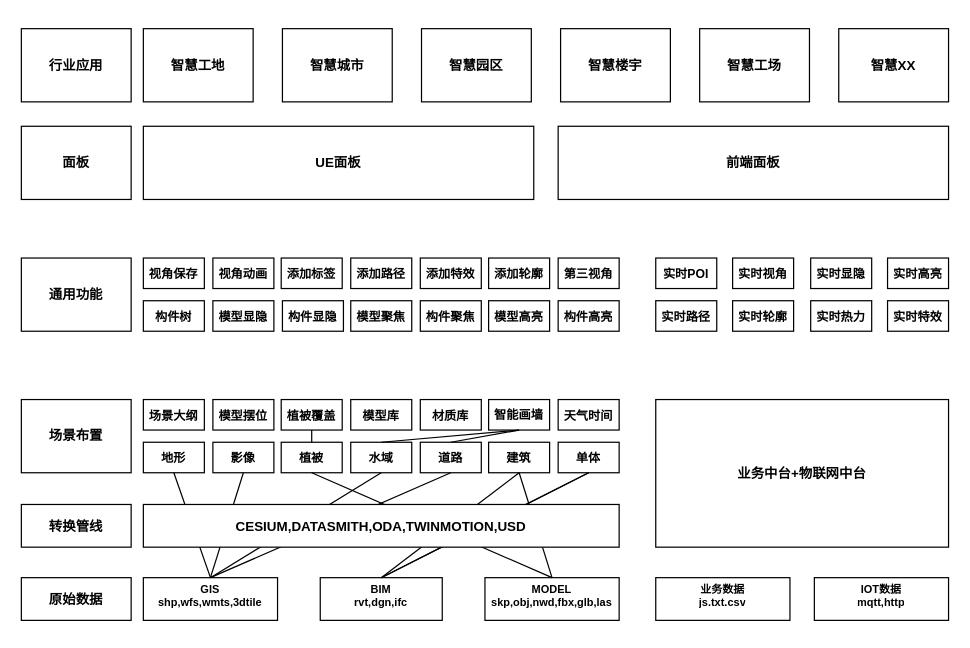
This is 未命名绘图.drawio from Elden-Niu/personal, a draw.io file, before an edit. Source tidied: cells renumbered, new cells numbered last; positions are measured from the earlier drawing's top-left corner, leaving out a move shared by most shapes. Both pictures are drawn from the tidied source at 122%, with x=0, y=0 at pixel (21, 28).
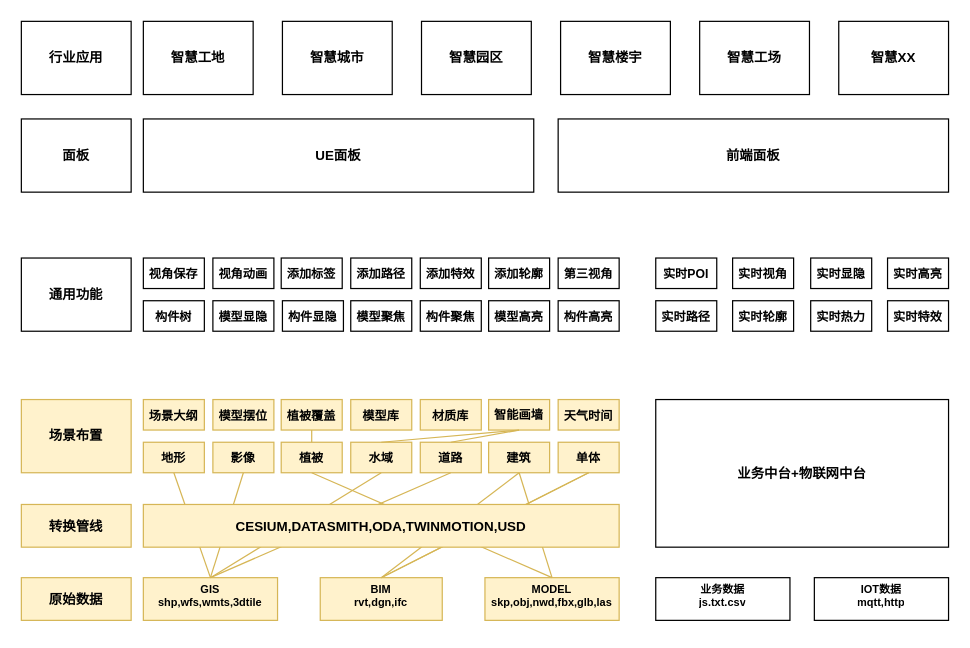
The same page after the edit.

Commit message:
技术架构图.drawio

Diff of the diagram source:
```diff
@@
-    <mxCell id="2" value="BIM&#10;rvt,dgn,ifc" style="text;whiteSpace=wrap;overflow=hidden;rounded=0;align=center;strokeColor=default;fillColor=none;fontSize=9;spacing=0;fontStyle=1;" parent="1" vertex="1">
+    <mxCell id="2" value="BIM&#10;rvt,dgn,ifc" style="text;whiteSpace=wrap;overflow=hidden;rounded=0;align=center;strokeColor=#d6b656;fillColor=#fff2cc;fontSize=9;spacing=0;fontStyle=1;" parent="1" vertex="1">
       <mxGeometry x="245" y="450" width="100" height="35" as="geometry" />
     </mxCell>
-    <mxCell id="3" value="MODEL&#10;skp,obj,nwd,fbx,glb,las" style="text;whiteSpace=wrap;overflow=hidden;rounded=0;align=center;strokeColor=default;fillColor=none;fontSize=9;spacing=0;fontStyle=1;" parent="1" vertex="1">
+    <mxCell id="3" value="MODEL&#10;skp,obj,nwd,fbx,glb,las" style="text;whiteSpace=wrap;overflow=hidden;rounded=0;align=center;strokeColor=#d6b656;fillColor=#fff2cc;fontSize=9;spacing=0;fontStyle=1;" parent="1" vertex="1">
       <mxGeometry x="380" y="450" width="110" height="35" as="geometry" />
     </mxCell>
-    <mxCell id="4" value="GIS&#10;shp,wfs,wmts,3dtile" style="text;whiteSpace=wrap;overflow=hidden;rounded=0;align=center;strokeColor=default;fillColor=none;fontSize=9;spacing=0;fontStyle=1;" parent="1" vertex="1">
+    <mxCell id="4" value="GIS&#10;shp,wfs,wmts,3dtile" style="text;whiteSpace=wrap;overflow=hidden;rounded=0;align=center;strokeColor=#d6b656;fillColor=#fff2cc;fontSize=9;spacing=0;fontStyle=1;" parent="1" vertex="1">
       <mxGeometry x="100" y="450" width="110" height="35" as="geometry" />
     </mxCell>
-    <mxCell id="5" value="地形" style="text;whiteSpace=wrap;overflow=hidden;rounded=0;align=center;strokeColor=default;fillColor=none;fontSize=10;labelPosition=center;verticalLabelPosition=middle;verticalAlign=middle;flipH=1;fontStyle=1;" parent="1" vertex="1">
+    <mxCell id="5" value="地形" style="text;whiteSpace=wrap;overflow=hidden;rounded=0;align=center;strokeColor=#d6b656;fillColor=#fff2cc;fontSize=10;labelPosition=center;verticalLabelPosition=middle;verticalAlign=middle;flipH=1;fontStyle=1;" parent="1" vertex="1">
       <mxGeometry x="100" y="339" width="50" height="25" as="geometry" />
     </mxCell>
-    <mxCell id="6" value="影像" style="text;whiteSpace=wrap;overflow=hidden;rounded=0;align=center;strokeColor=default;fillColor=none;fontSize=10;labelPosition=center;verticalLabelPosition=middle;verticalAlign=middle;flipH=1;fontStyle=1;" parent="1" vertex="1">
+    <mxCell id="6" value="影像" style="text;whiteSpace=wrap;overflow=hidden;rounded=0;align=center;strokeColor=#d6b656;fillColor=#fff2cc;fontSize=10;labelPosition=center;verticalLabelPosition=middle;verticalAlign=middle;flipH=1;fontStyle=1;" parent="1" vertex="1">
       <mxGeometry x="157" y="339" width="50" height="25" as="geometry" />
     </mxCell>
-    <mxCell id="7" value="道路" style="text;whiteSpace=wrap;overflow=hidden;rounded=0;align=center;strokeColor=default;fillColor=none;fontSize=10;labelPosition=center;verticalLabelPosition=middle;verticalAlign=middle;flipH=1;fontStyle=1;" parent="1" vertex="1">
+    <mxCell id="7" value="道路" style="text;whiteSpace=wrap;overflow=hidden;rounded=0;align=center;strokeColor=#d6b656;fillColor=#fff2cc;fontSize=10;labelPosition=center;verticalLabelPosition=middle;verticalAlign=middle;flipH=1;fontStyle=1;" parent="1" vertex="1">
       <mxGeometry x="327" y="339" width="50" height="25" as="geometry" />
     </mxCell>
-    <mxCell id="8" value="水域" style="text;whiteSpace=wrap;overflow=hidden;rounded=0;align=center;strokeColor=default;fillColor=none;fontSize=10;labelPosition=center;verticalLabelPosition=middle;verticalAlign=middle;flipH=1;fontStyle=1;" parent="1" vertex="1">
+    <mxCell id="8" value="水域" style="text;whiteSpace=wrap;overflow=hidden;rounded=0;align=center;strokeColor=#d6b656;fillColor=#fff2cc;fontSize=10;labelPosition=center;verticalLabelPosition=middle;verticalAlign=middle;flipH=1;fontStyle=1;" parent="1" vertex="1">
       <mxGeometry x="270" y="339" width="50" height="25" as="geometry" />
     </mxCell>
-    <mxCell id="9" value="植被" style="text;whiteSpace=wrap;overflow=hidden;rounded=0;align=center;strokeColor=default;fillColor=none;fontSize=10;labelPosition=center;verticalLabelPosition=middle;verticalAlign=middle;flipH=1;fontStyle=1;" parent="1" vertex="1">
+    <mxCell id="9" value="植被" style="text;whiteSpace=wrap;overflow=hidden;rounded=0;align=center;strokeColor=#d6b656;fillColor=#fff2cc;fontSize=10;labelPosition=center;verticalLabelPosition=middle;verticalAlign=middle;flipH=1;fontStyle=1;" parent="1" vertex="1">
       <mxGeometry x="213" y="339" width="50" height="25" as="geometry" />
     </mxCell>
-    <mxCell id="10" value="建筑" style="text;whiteSpace=wrap;overflow=hidden;rounded=0;align=center;strokeColor=default;fillColor=none;fontSize=10;labelPosition=center;verticalLabelPosition=middle;verticalAlign=middle;flipH=1;fontStyle=1;" parent="1" vertex="1">
+    <mxCell id="10" value="建筑" style="text;whiteSpace=wrap;overflow=hidden;rounded=0;align=center;strokeColor=#d6b656;fillColor=#fff2cc;fontSize=10;labelPosition=center;verticalLabelPosition=middle;verticalAlign=middle;flipH=1;fontStyle=1;" parent="1" vertex="1">
       <mxGeometry x="383" y="339" width="50" height="25" as="geometry" />
     </mxCell>
-    <mxCell id="11" value="单体" style="text;whiteSpace=wrap;overflow=hidden;rounded=0;align=center;strokeColor=default;fillColor=none;fontSize=10;labelPosition=center;verticalLabelPosition=middle;verticalAlign=middle;flipH=1;fontStyle=1;" parent="1" vertex="1">
+    <mxCell id="11" value="单体" style="text;whiteSpace=wrap;overflow=hidden;rounded=0;align=center;strokeColor=#d6b656;fillColor=#fff2cc;fontSize=10;labelPosition=center;verticalLabelPosition=middle;verticalAlign=middle;flipH=1;fontStyle=1;" parent="1" vertex="1">
       <mxGeometry x="440" y="339" width="50" height="25" as="geometry" />
     </mxCell>
-    <mxCell id="12" style="endArrow=none;html=1;rounded=0;entryX=0.5;entryY=1;entryDx=0;entryDy=0;exitX=0.5;exitY=0;exitDx=0;exitDy=0;" parent="1" edge="1" source="4" target="5">
+    <mxCell id="12" style="endArrow=none;html=1;rounded=0;entryX=0.5;entryY=1;entryDx=0;entryDy=0;exitX=0.5;exitY=0;exitDx=0;exitDy=0;fillColor=#fff2cc;strokeColor=#d6b656;" parent="1" edge="1" source="4" target="5">
       <mxGeometry relative="1" as="geometry" />
     </mxCell>
-    <mxCell id="13" style="endArrow=none;html=1;rounded=0;entryX=0.5;entryY=1;entryDx=0;entryDy=0;exitX=0.5;exitY=0;exitDx=0;exitDy=0;" parent="1" edge="1" source="4" target="6">
+    <mxCell id="13" style="endArrow=none;html=1;rounded=0;entryX=0.5;entryY=1;entryDx=0;entryDy=0;exitX=0.5;exitY=0;exitDx=0;exitDy=0;fillColor=#fff2cc;strokeColor=#d6b656;" parent="1" edge="1" source="4" target="6">
       <mxGeometry relative="1" as="geometry" />
     </mxCell>
-    <mxCell id="14" style="endArrow=none;html=1;rounded=0;entryX=0.5;entryY=1;entryDx=0;entryDy=0;exitX=0.5;exitY=0;exitDx=0;exitDy=0;" parent="1" edge="1" source="4" target="7">
+    <mxCell id="14" style="endArrow=none;html=1;rounded=0;entryX=0.5;entryY=1;entryDx=0;entryDy=0;exitX=0.5;exitY=0;exitDx=0;exitDy=0;fillColor=#fff2cc;strokeColor=#d6b656;" parent="1" edge="1" source="4" target="7">
       <mxGeometry relative="1" as="geometry" />
     </mxCell>
-    <mxCell id="15" style="endArrow=none;html=1;rounded=0;entryX=0.5;entryY=1;entryDx=0;entryDy=0;exitX=0.5;exitY=0;exitDx=0;exitDy=0;" parent="1" edge="1" source="2" target="11">
+    <mxCell id="15" style="endArrow=none;html=1;rounded=0;entryX=0.5;entryY=1;entryDx=0;entryDy=0;exitX=0.5;exitY=0;exitDx=0;exitDy=0;fillColor=#fff2cc;strokeColor=#d6b656;" parent="1" edge="1" source="2" target="11">
       <mxGeometry relative="1" as="geometry" />
     </mxCell>
-    <mxCell id="16" style="endArrow=none;html=1;rounded=0;entryX=0.5;entryY=1;entryDx=0;entryDy=0;exitX=0.5;exitY=0;exitDx=0;exitDy=0;" parent="1" edge="1" source="2" target="10">
+    <mxCell id="16" style="endArrow=none;html=1;rounded=0;entryX=0.5;entryY=1;entryDx=0;entryDy=0;exitX=0.5;exitY=0;exitDx=0;exitDy=0;fillColor=#fff2cc;strokeColor=#d6b656;" parent="1" edge="1" source="2" target="10">
       <mxGeometry relative="1" as="geometry" />
     </mxCell>
-    <mxCell id="17" style="endArrow=none;html=1;rounded=0;entryX=0.5;entryY=1;entryDx=0;entryDy=0;exitX=0.5;exitY=0;exitDx=0;exitDy=0;" parent="1" edge="1" source="4" target="8">
+    <mxCell id="17" style="endArrow=none;html=1;rounded=0;entryX=0.5;entryY=1;entryDx=0;entryDy=0;exitX=0.5;exitY=0;exitDx=0;exitDy=0;fillColor=#fff2cc;strokeColor=#d6b656;" parent="1" edge="1" source="4" target="8">
       <mxGeometry relative="1" as="geometry" />
     </mxCell>
-    <mxCell id="18" style="endArrow=none;html=1;rounded=0;entryX=0.5;entryY=1;entryDx=0;entryDy=0;exitX=0.5;exitY=0;exitDx=0;exitDy=0;" parent="1" edge="1" source="3" target="9">
+    <mxCell id="18" style="endArrow=none;html=1;rounded=0;entryX=0.5;entryY=1;entryDx=0;entryDy=0;exitX=0.5;exitY=0;exitDx=0;exitDy=0;fillColor=#fff2cc;strokeColor=#d6b656;" parent="1" edge="1" source="3" target="9">
       <mxGeometry relative="1" as="geometry" />
     </mxCell>
-    <mxCell id="19" style="endArrow=none;html=1;rounded=0;entryX=0.5;entryY=1;entryDx=0;entryDy=0;exitX=0.5;exitY=0;exitDx=0;exitDy=0;" parent="1" edge="1" source="2" target="11">
+    <mxCell id="19" style="endArrow=none;html=1;rounded=0;entryX=0.5;entryY=1;entryDx=0;entryDy=0;exitX=0.5;exitY=0;exitDx=0;exitDy=0;fillColor=#fff2cc;strokeColor=#d6b656;" parent="1" edge="1" source="2" target="11">
       <mxGeometry relative="1" as="geometry" />
     </mxCell>
-    <mxCell id="20" style="endArrow=none;html=1;rounded=0;entryX=0.5;entryY=1;entryDx=0;entryDy=0;exitX=0.5;exitY=0;exitDx=0;exitDy=0;" parent="1" edge="1" source="3" target="10">
+    <mxCell id="20" style="endArrow=none;html=1;rounded=0;entryX=0.5;entryY=1;entryDx=0;entryDy=0;exitX=0.5;exitY=0;exitDx=0;exitDy=0;fillColor=#fff2cc;strokeColor=#d6b656;" parent="1" edge="1" source="3" target="10">
       <mxGeometry relative="1" as="geometry" />
     </mxCell>
-    <mxCell id="21" value="原始数据" style="rounded=0;whiteSpace=wrap;html=1;fontSize=11;fontStyle=1;" parent="1" vertex="1">
+    <mxCell id="21" value="原始数据" style="rounded=0;whiteSpace=wrap;html=1;fontSize=11;fontStyle=1;fillColor=#fff2cc;strokeColor=#d6b656;" parent="1" vertex="1">
       <mxGeometry y="450" width="90" height="35" as="geometry" />
     </mxCell>
-    <mxCell id="22" value="场景布置" style="rounded=0;whiteSpace=wrap;html=1;fontSize=11;fontStyle=1;" parent="1" vertex="1">
+    <mxCell id="22" value="场景布置" style="rounded=0;whiteSpace=wrap;html=1;fontSize=11;fontStyle=1;fillColor=#fff2cc;strokeColor=#d6b656;" parent="1" vertex="1">
       <mxGeometry y="304" width="90" height="60" as="geometry" />
     </mxCell>
-    <mxCell id="23" value="模型摆位" style="text;whiteSpace=wrap;overflow=hidden;rounded=0;align=center;strokeColor=default;fillColor=none;fontSize=10;labelPosition=center;verticalLabelPosition=middle;verticalAlign=middle;flipH=1;fontStyle=1;" parent="1" vertex="1">
+    <mxCell id="23" value="模型摆位" style="text;whiteSpace=wrap;overflow=hidden;rounded=0;align=center;strokeColor=#d6b656;fillColor=#fff2cc;fontSize=10;labelPosition=center;verticalLabelPosition=middle;verticalAlign=middle;flipH=1;fontStyle=1;" parent="1" vertex="1">
       <mxGeometry x="157" y="304" width="50" height="25" as="geometry" />
     </mxCell>
-    <mxCell id="24" value="智能画墙" style="text;overflow=hidden;rounded=0;align=center;strokeColor=default;fillColor=none;fontSize=10;labelPosition=center;verticalLabelPosition=middle;verticalAlign=middle;flipH=1;fontStyle=1;" parent="1" vertex="1">
+    <mxCell id="24" value="智能画墙" style="text;overflow=hidden;rounded=0;align=center;strokeColor=#d6b656;fillColor=#fff2cc;fontSize=10;labelPosition=center;verticalLabelPosition=middle;verticalAlign=middle;flipH=1;fontStyle=1;" parent="1" vertex="1">
       <mxGeometry x="383" y="304" width="50" height="25" as="geometry" />
     </mxCell>
-    <mxCell id="25" value="植被覆盖" style="text;whiteSpace=wrap;overflow=hidden;rounded=0;align=center;strokeColor=default;fillColor=none;fontSize=10;labelPosition=center;verticalLabelPosition=middle;verticalAlign=middle;flipH=1;fontStyle=1;" parent="1" vertex="1">
+    <mxCell id="25" value="植被覆盖" style="text;whiteSpace=wrap;overflow=hidden;rounded=0;align=center;strokeColor=#d6b656;fillColor=#fff2cc;fontSize=10;labelPosition=center;verticalLabelPosition=middle;verticalAlign=middle;flipH=1;fontStyle=1;" parent="1" vertex="1">
       <mxGeometry x="213" y="304" width="50" height="25" as="geometry" />
     </mxCell>
-    <mxCell id="26" value="模型库" style="text;whiteSpace=wrap;overflow=hidden;rounded=0;align=center;strokeColor=default;fillColor=none;fontSize=10;labelPosition=center;verticalLabelPosition=middle;verticalAlign=middle;flipH=1;fontStyle=1;" parent="1" vertex="1">
+    <mxCell id="26" value="模型库" style="text;whiteSpace=wrap;overflow=hidden;rounded=0;align=center;strokeColor=#d6b656;fillColor=#fff2cc;fontSize=10;labelPosition=center;verticalLabelPosition=middle;verticalAlign=middle;flipH=1;fontStyle=1;" parent="1" vertex="1">
       <mxGeometry x="270" y="304" width="50" height="25" as="geometry" />
     </mxCell>
-    <mxCell id="27" value="材质库" style="text;whiteSpace=wrap;overflow=hidden;rounded=0;align=center;strokeColor=default;fillColor=none;fontSize=10;labelPosition=center;verticalLabelPosition=middle;verticalAlign=middle;flipH=1;fontStyle=1;" parent="1" vertex="1">
+    <mxCell id="27" value="材质库" style="text;whiteSpace=wrap;overflow=hidden;rounded=0;align=center;strokeColor=#d6b656;fillColor=#fff2cc;fontSize=10;labelPosition=center;verticalLabelPosition=middle;verticalAlign=middle;flipH=1;fontStyle=1;" parent="1" vertex="1">
       <mxGeometry x="327" y="304" width="50" height="25" as="geometry" />
     </mxCell>
-    <mxCell id="28" value="天气时间" style="text;whiteSpace=wrap;overflow=hidden;rounded=0;align=center;strokeColor=default;fillColor=none;fontSize=10;labelPosition=center;verticalLabelPosition=middle;verticalAlign=middle;flipH=1;fontStyle=1;" parent="1" vertex="1">
+    <mxCell id="28" value="天气时间" style="text;whiteSpace=wrap;overflow=hidden;rounded=0;align=center;strokeColor=#d6b656;fillColor=#fff2cc;fontSize=10;labelPosition=center;verticalLabelPosition=middle;verticalAlign=middle;flipH=1;fontStyle=1;" parent="1" vertex="1">
       <mxGeometry x="440" y="304" width="50" height="25" as="geometry" />
     </mxCell>
@@
-    <mxCell id="40" value="场景大纲" style="text;whiteSpace=wrap;overflow=hidden;rounded=0;align=center;strokeColor=default;fillColor=none;fontSize=10;labelPosition=center;verticalLabelPosition=middle;verticalAlign=middle;flipH=1;fontStyle=1;" parent="1" vertex="1">
+    <mxCell id="40" value="场景大纲" style="text;whiteSpace=wrap;overflow=hidden;rounded=0;align=center;strokeColor=#d6b656;fillColor=#fff2cc;fontSize=10;labelPosition=center;verticalLabelPosition=middle;verticalAlign=middle;flipH=1;fontStyle=1;" parent="1" vertex="1">
       <mxGeometry x="100" y="304" width="50" height="25" as="geometry" />
     </mxCell>
-    <mxCell id="41" value="CESIUM,DATASMITH,ODA,TWINMOTION,USD" style="rounded=0;whiteSpace=wrap;html=1;fontSize=11;fontStyle=1;" parent="1" vertex="1">
+    <mxCell id="41" value="CESIUM,DATASMITH,ODA,TWINMOTION,USD" style="rounded=0;whiteSpace=wrap;html=1;fontSize=11;fontStyle=1;fillColor=#fff2cc;strokeColor=#d6b656;" parent="1" vertex="1">
       <mxGeometry x="100" y="390" width="390" height="35" as="geometry" />
     </mxCell>
-    <mxCell id="42" value="转换管线" style="rounded=0;whiteSpace=wrap;html=1;fontSize=11;fontStyle=1;" parent="1" vertex="1">
+    <mxCell id="42" value="转换管线" style="rounded=0;whiteSpace=wrap;html=1;fontSize=11;fontStyle=1;fillColor=#fff2cc;strokeColor=#d6b656;" parent="1" vertex="1">
       <mxGeometry y="390" width="90" height="35" as="geometry" />
     </mxCell>
-    <mxCell id="43" style="endArrow=none;html=1;rounded=0;entryX=0.5;entryY=1;entryDx=0;entryDy=0;exitX=0.5;exitY=0;exitDx=0;exitDy=0;" parent="1" edge="1" source="8" target="24">
+    <mxCell id="43" style="endArrow=none;html=1;rounded=0;entryX=0.5;entryY=1;entryDx=0;entryDy=0;exitX=0.5;exitY=0;exitDx=0;exitDy=0;fillColor=#fff2cc;strokeColor=#d6b656;" parent="1" edge="1" source="8" target="24">
       <mxGeometry relative="1" as="geometry" />
     </mxCell>
-    <mxCell id="44" style="endArrow=none;html=1;rounded=0;entryX=0.5;entryY=1;entryDx=0;entryDy=0;exitX=0.5;exitY=0;exitDx=0;exitDy=0;" parent="1" edge="1" source="7" target="24">
+    <mxCell id="44" style="endArrow=none;html=1;rounded=0;entryX=0.5;entryY=1;entryDx=0;entryDy=0;exitX=0.5;exitY=0;exitDx=0;exitDy=0;fillColor=#fff2cc;strokeColor=#d6b656;" parent="1" edge="1" source="7" target="24">
       <mxGeometry relative="1" as="geometry" />
     </mxCell>
-    <mxCell id="45" style="endArrow=none;html=1;rounded=0;entryX=0.5;entryY=1;entryDx=0;entryDy=0;exitX=0.5;exitY=0;exitDx=0;exitDy=0;" parent="1" edge="1" source="9" target="25">
+    <mxCell id="45" style="endArrow=none;html=1;rounded=0;entryX=0.5;entryY=1;entryDx=0;entryDy=0;exitX=0.5;exitY=0;exitDx=0;exitDy=0;fillColor=#fff2cc;strokeColor=#d6b656;" parent="1" edge="1" source="9" target="25">
       <mxGeometry relative="1" as="geometry" />
     </mxCell>
@@
     <mxCell id="61" value="面板" style="rounded=0;whiteSpace=wrap;fontSize=11;fontStyle=1;" parent="1" vertex="1">
-      <mxGeometry y="80" width="90" height="60" as="geometry" />
+      <mxGeometry y="74" width="90" height="60" as="geometry" />
     </mxCell>
     <mxCell id="62" value="UE面板" style="rounded=0;whiteSpace=wrap;fontSize=11;fontStyle=1;" parent="1" vertex="1">
-      <mxGeometry x="100" y="80" width="320" height="60" as="geometry" />
+      <mxGeometry x="100" y="74" width="320" height="60" as="geometry" />
     </mxCell>
     <mxCell id="63" value="前端面板" style="rounded=0;whiteSpace=wrap;fontSize=11;fontStyle=1;" parent="1" vertex="1">
-      <mxGeometry x="440" y="80" width="320" height="60" as="geometry" />
+      <mxGeometry x="440" y="74" width="320" height="60" as="geometry" />
     </mxCell>
     <mxCell id="64" value="行业应用" style="rounded=0;whiteSpace=wrap;fontSize=11;fontStyle=1;" parent="1" vertex="1">
-      <mxGeometry width="90" height="60" as="geometry" />
+      <mxGeometry y="-6" width="90" height="60" as="geometry" />
     </mxCell>
     <mxCell id="65" value="智慧城市" style="rounded=0;whiteSpace=wrap;fontSize=11;fontStyle=1;" parent="1" vertex="1">
-      <mxGeometry x="214" width="90" height="60" as="geometry" />
+      <mxGeometry x="214" y="-6" width="90" height="60" as="geometry" />
     </mxCell>
     <mxCell id="66" value="智慧工地" style="rounded=0;whiteSpace=wrap;fontSize=11;fontStyle=1;" parent="1" vertex="1">
-      <mxGeometry x="100" width="90" height="60" as="geometry" />
+      <mxGeometry x="100" y="-6" width="90" height="60" as="geometry" />
     </mxCell>
     <mxCell id="67" value="智慧园区" style="rounded=0;whiteSpace=wrap;fontSize=11;fontStyle=1;" parent="1" vertex="1">
-      <mxGeometry x="328" width="90" height="60" as="geometry" />
+      <mxGeometry x="328" y="-6" width="90" height="60" as="geometry" />
     </mxCell>
     <mxCell id="68" value="智慧楼宇" style="rounded=0;whiteSpace=wrap;fontSize=11;fontStyle=1;" parent="1" vertex="1">
-      <mxGeometry x="442" width="90" height="60" as="geometry" />
+      <mxGeometry x="442" y="-6" width="90" height="60" as="geometry" />
     </mxCell>
     <mxCell id="69" value="智慧工场" style="rounded=0;whiteSpace=wrap;fontSize=11;fontStyle=1;" parent="1" vertex="1">
-      <mxGeometry x="556" width="90" height="60" as="geometry" />
+      <mxGeometry x="556" y="-6" width="90" height="60" as="geometry" />
     </mxCell>
     <mxCell id="70" value="智慧XX" style="rounded=0;whiteSpace=wrap;fontSize=11;fontStyle=1;" parent="1" vertex="1">
-      <mxGeometry x="670" width="90" height="60" as="geometry" />
+      <mxGeometry x="670" y="-6" width="90" height="60" as="geometry" />
     </mxCell>
```
